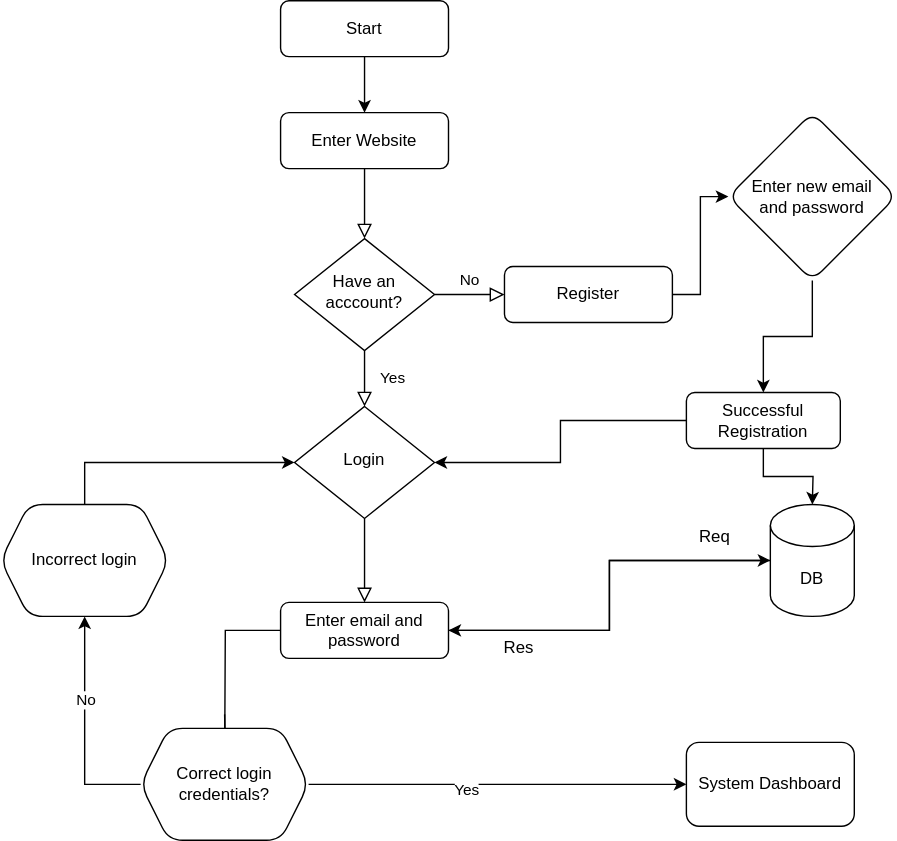
Before: Login Diagram.svg, a diagram exported from draw.io (joykara/SpeciAppt). Source tidied: cells renumbered, new cells last; positions are measured from the earlier drawing's top-left corner, leaving out a move shared by most shapes.
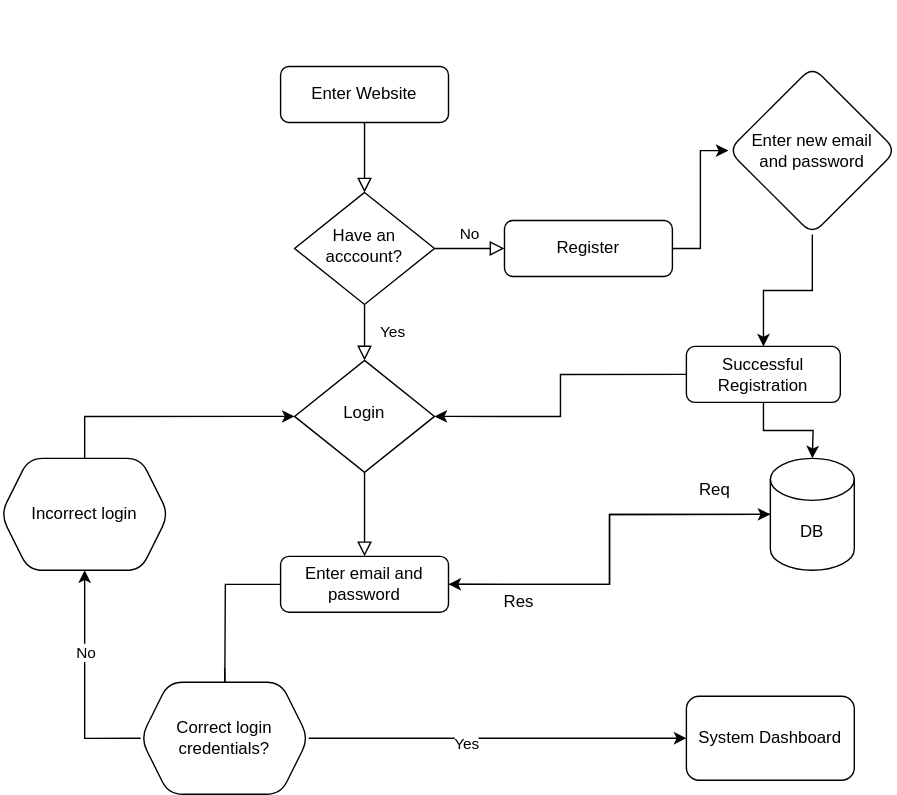
Above is the later version.

Change to the diagram source:
```diff
@@ -5,9 +5,6 @@
     <mxCell id="2" style="rounded=0;html=1;jettySize=auto;fontSize=11;endArrow=block;endFill=0;endSize=8;strokeWidth=1;shadow=0;labelBackgroundColor=none;edgeStyle=orthogonalEdgeStyle;" parent="1" edge="1" source="4" target="7">
       <mxGeometry relative="1" as="geometry" />
     </mxCell>
-    <mxCell id="3" style="edgeStyle=orthogonalEdgeStyle;rounded=0;jettySize=auto;html=1;entryX=0.5;entryY=0;entryDx=0;entryDy=0;exitX=0.5;exitY=1;exitDx=0;exitDy=0;" parent="1" edge="1" source="16" target="4">
-      <mxGeometry relative="1" as="geometry" />
-    </mxCell>
     <mxCell id="4" value="Enter Website" style="rounded=1;whiteSpace=wrap;html=1;fontSize=12;glass=0;strokeWidth=1;shadow=0;" parent="1" vertex="1">
       <mxGeometry x="200" y="80" width="120" height="40" as="geometry" />
     </mxCell>
@@ -43,14 +40,12 @@
     <mxCell id="14" value="Enter email and password" style="rounded=1;whiteSpace=wrap;html=1;fontSize=12;glass=0;strokeWidth=1;shadow=0;" parent="1" vertex="1">
       <mxGeometry x="200" y="430" width="120" height="40" as="geometry" />
     </mxCell>
-    <mxCell id="15" style="edgeStyle=orthogonalEdgeStyle;rounded=0;jettySize=auto;html=1;exitX=0.5;exitY=1;exitDx=0;exitDy=0;" parent="1" edge="1" source="16">
+    <mxCell id="15" style="edgeStyle=orthogonalEdgeStyle;rounded=0;orthogonalLoop=1;jettySize=auto;html=1;exitX=0.5;exitY=1;exitDx=0;exitDy=0;" parent="1" edge="1">
       <mxGeometry relative="1" as="geometry">
+        <mxPoint x="260" y="40" as="sourcePoint" />
         <mxPoint x="260" y="40" as="targetPoint" />
       </mxGeometry>
     </mxCell>
-    <mxCell id="16" value="Start" style="rounded=1;whiteSpace=wrap;html=1;fontSize=12;glass=0;strokeWidth=1;shadow=0;" parent="1" vertex="1">
-      <mxGeometry x="200" width="120" height="40" as="geometry" />
-    </mxCell>
     <mxCell id="17" style="edgeStyle=orthogonalEdgeStyle;rounded=0;jettySize=auto;html=1;exitX=0.5;exitY=0;exitDx=0;exitDy=0;entryX=0;entryY=0.5;entryDx=0;entryDy=0;" parent="1" edge="1" source="19" target="11">
       <mxGeometry relative="1" as="geometry" />
     </mxCell>
```
